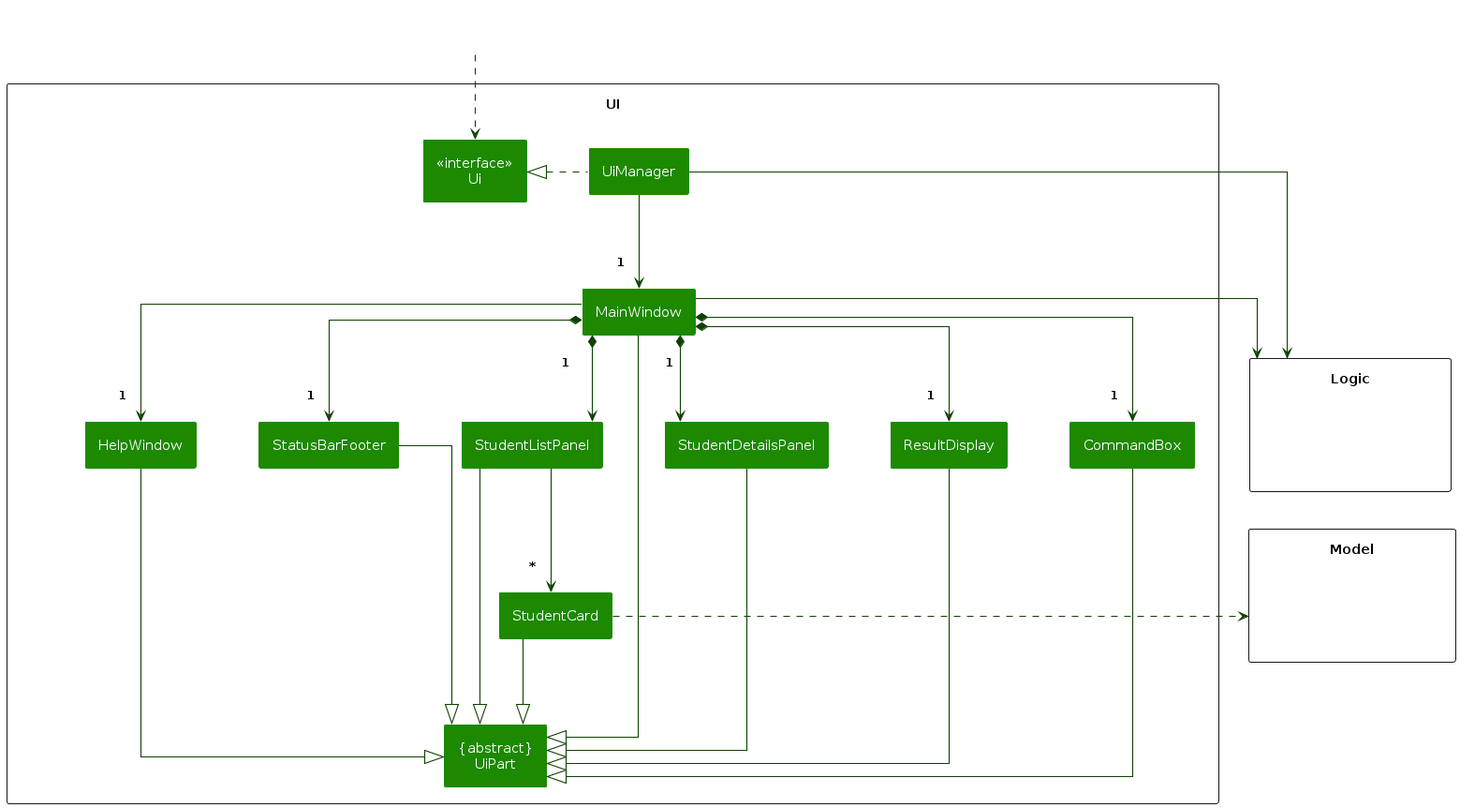
Before: diagrams/UiClassDiagram.png, a diagram exported from PlantUML (AY2627S1-CS2103T-F14a-1/tp). Its source is kept beside it as diagrams/UiClassDiagram.puml.
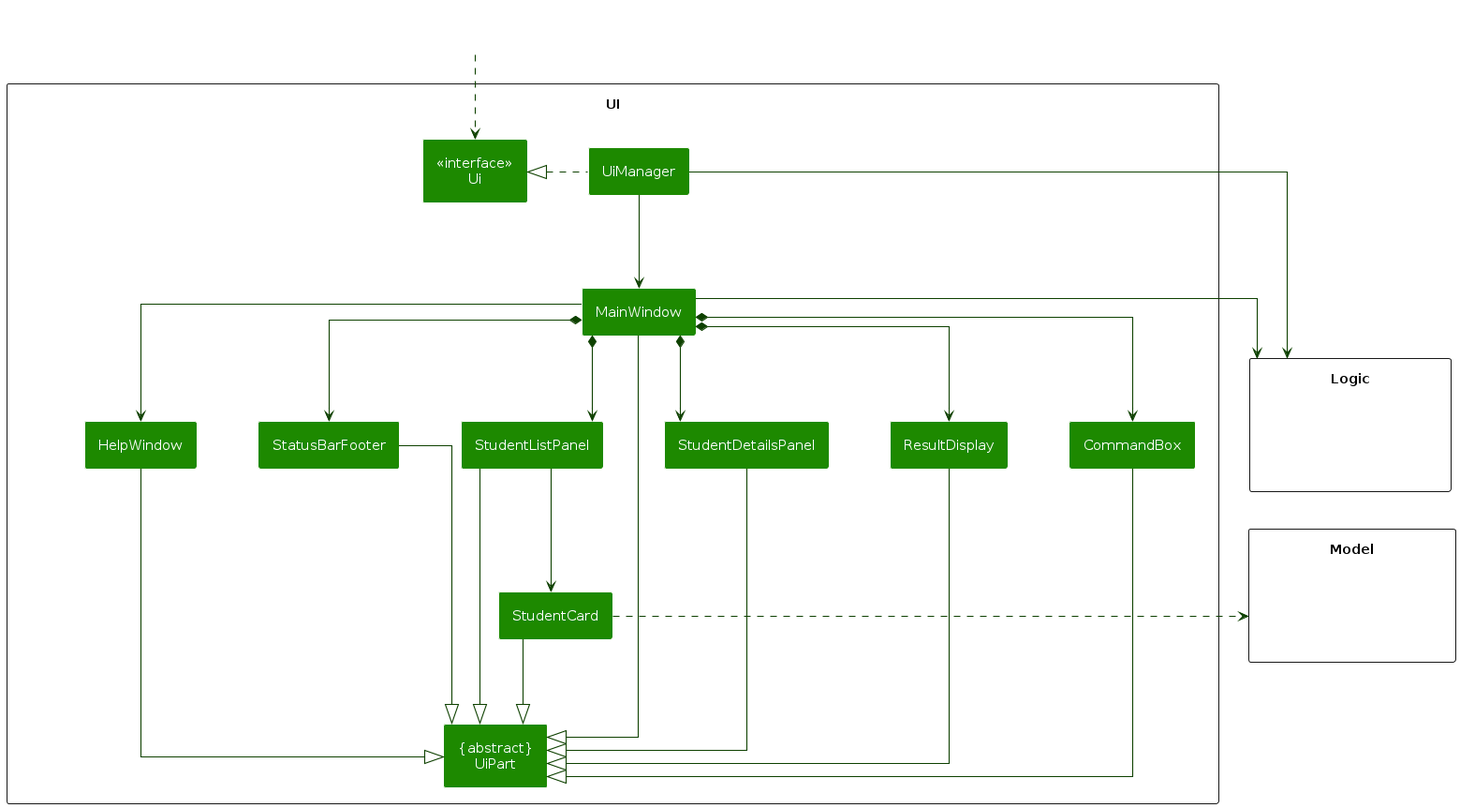
After the commit.

Change to the diagram source:
```diff
@@ -28,16 +28,16 @@
     class StudentCard
 
     UiManager .left.|> Ui
-    UiManager -down-> "1" MainWindow
+    UiManager -down-> MainWindow
 
-    MainWindow *-down-> "1" CommandBox
-    MainWindow *-down-> "1" ResultDisplay
-    MainWindow *-down-> "1" StudentListPanel
-    MainWindow *-down-> "1" StudentDetailsPanel
-    MainWindow *-down-> "1" StatusBarFooter
-    MainWindow -down-> "1" HelpWindow
+    MainWindow *-down-> CommandBox
+    MainWindow *-down-> ResultDisplay
+    MainWindow *-down-> StudentListPanel
+    MainWindow *-down-> StudentDetailsPanel
+    MainWindow *-down-> StatusBarFooter
+    MainWindow -down-> HelpWindow
 
-    StudentListPanel -down-> "*" StudentCard
+    StudentListPanel -down-> StudentCard
 
     MainWindow -down-|> UiPart
     CommandBox -down-|> UiPart
```
